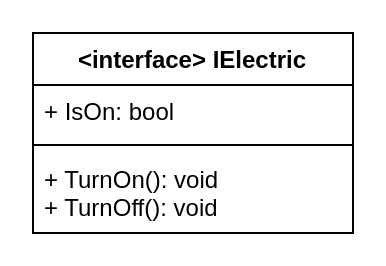
Before: Assets/IElectric.drawio in ucudal/PII_Conceptos_de_POO, a draw.io diagram. Source tidied: cells renumbered, new cells numbered last; positions are measured from the earlier drawing's top-left corner, leaving out a move shared by most shapes. Both pictures are drawn from the tidied source at 200%, with x=0, y=0 at pixel (32, 32).
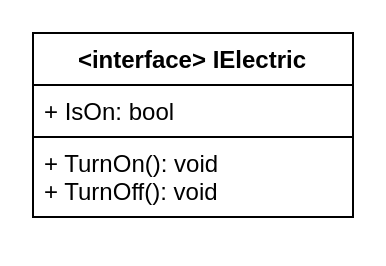
The same diagram, later.

Diff of the diagram source:
```diff
@@
-<mxGraphModel>
+<mxGraphModel background="#FFFFFF">
   <root>
     <mxCell id="0" />
     <mxCell id="1" parent="0" />
-    <mxCell id="2" value="&lt;interface&gt; IElectric" style="swimlane;fontStyle=1;align=center;verticalAlign=top;horizontal=1;startSize=26;" parent="1" vertex="1">
-      <mxGeometry width="160" height="100" as="geometry" />
+    <mxCell id="2" value="&lt;interface&gt; IElectric" style="swimlane;fontStyle=1;align=center;verticalAlign=top;horizontal=1;startSize=26;fillColor=none;fontColor=#000000;strokeColor=#000000;" parent="1" vertex="1">
+      <mxGeometry width="160" height="92" as="geometry" />
     </mxCell>
-    <mxCell id="3" value="+ IsOn: bool" style="text;strokeColor=none;fillColor=none;align=left;verticalAlign=top;spacingLeft=4;spacingRight=4;overflow=hidden;" parent="2" vertex="1">
+    <mxCell id="3" value="+ IsOn: bool" style="text;align=left;verticalAlign=top;spacingLeft=4;spacingRight=4;overflow=hidden;fontColor=#000000;strokeColor=#000000;" parent="2" vertex="1">
       <mxGeometry y="26" width="160" height="26" as="geometry" />
     </mxCell>
-    <mxCell id="4" style="line;strokeWidth=1;fillColor=none;align=left;verticalAlign=middle;spacingTop=-1;spacingLeft=3;spacingRight=3;labelPosition=right;" parent="2" vertex="1">
-      <mxGeometry y="52" width="160" height="8" as="geometry" />
-    </mxCell>
-    <mxCell id="5" value="+ TurnOn(): void&#10;+ TurnOff(): void" style="text;strokeColor=none;fillColor=none;align=left;verticalAlign=top;spacingLeft=4;spacingRight=4;overflow=hidden;" parent="2" vertex="1">
-      <mxGeometry y="60" width="160" height="40" as="geometry" />
+    <mxCell id="5" value="+ TurnOn(): void&#10;+ TurnOff(): void" style="text;align=left;verticalAlign=top;spacingLeft=4;spacingRight=4;overflow=hidden;fontColor=#000000;strokeColor=#000000;" parent="2" vertex="1">
+      <mxGeometry y="52" width="160" height="40" as="geometry" />
     </mxCell>
   </root>
 </mxGraphModel>
```
